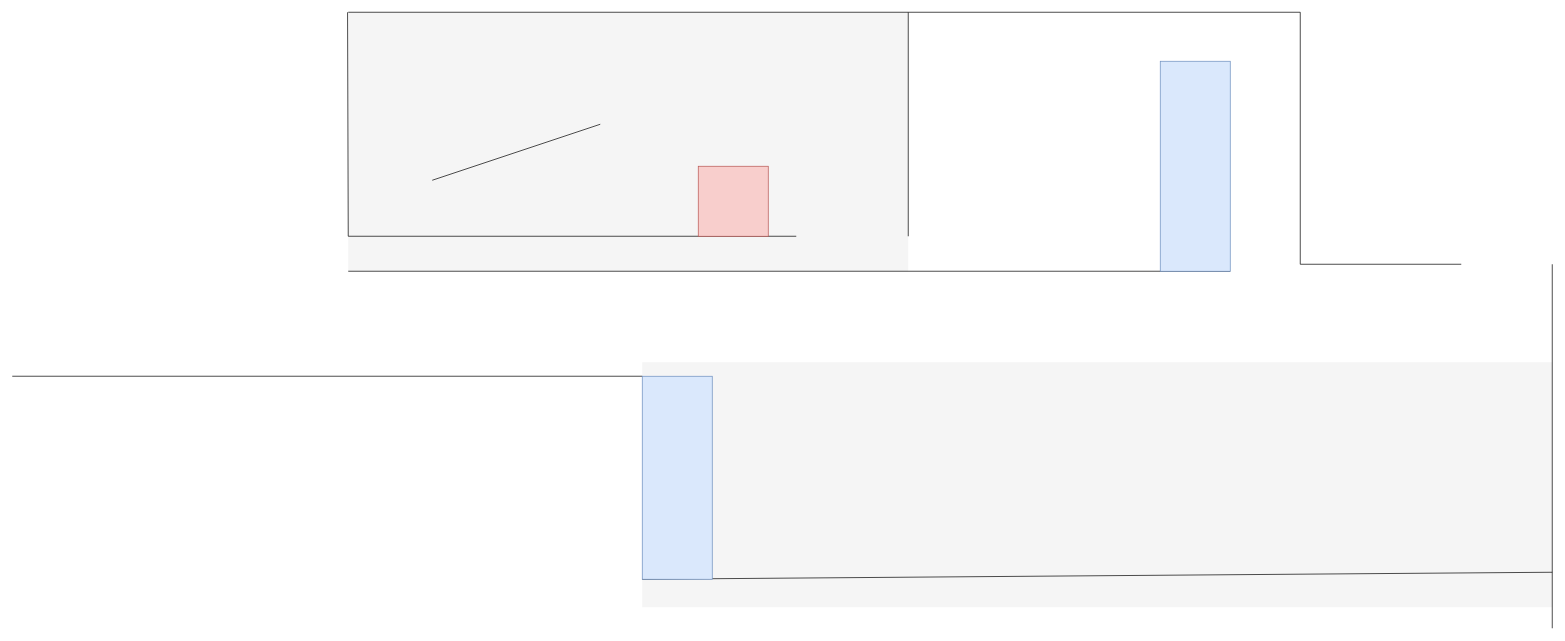
Before: assets/map.drawio.xml in balooval/blob, a draw.io diagram. Source tidied: cells renumbered, new cells numbered last; positions are measured from the earlier drawing's top-left corner, leaving out a move shared by most shapes. Both pictures are drawn from the tidied source at 70%, with x=0, y=0 at pixel (12, 12).
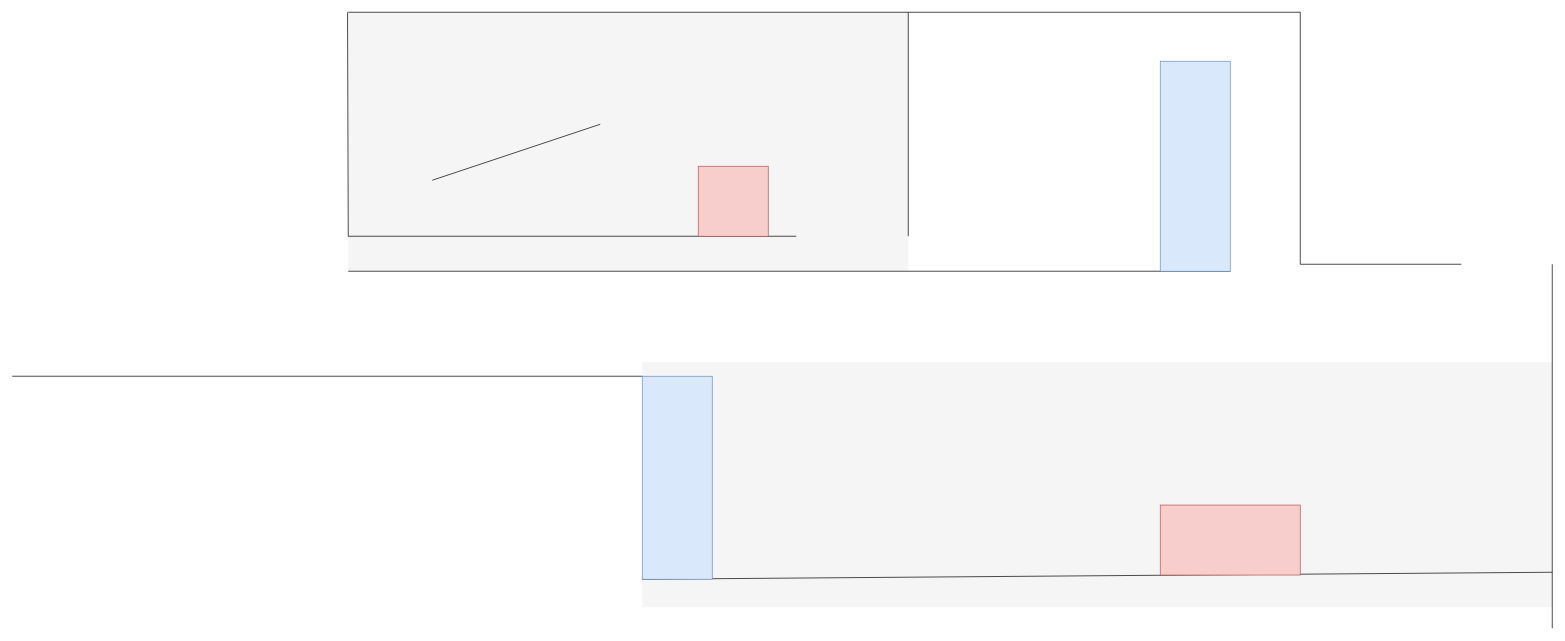
After the change.

Diff of the diagram source:
```diff
@@
+    <mxCell id="17" value=" " style="rounded=0;whiteSpace=wrap;html=1;fillColor=#f8cecc;strokeColor=#b85450;" parent="1" vertex="1">
+      <mxGeometry x="1640" y="704" width="200" height="100" as="geometry" />
+    </mxCell>
```
